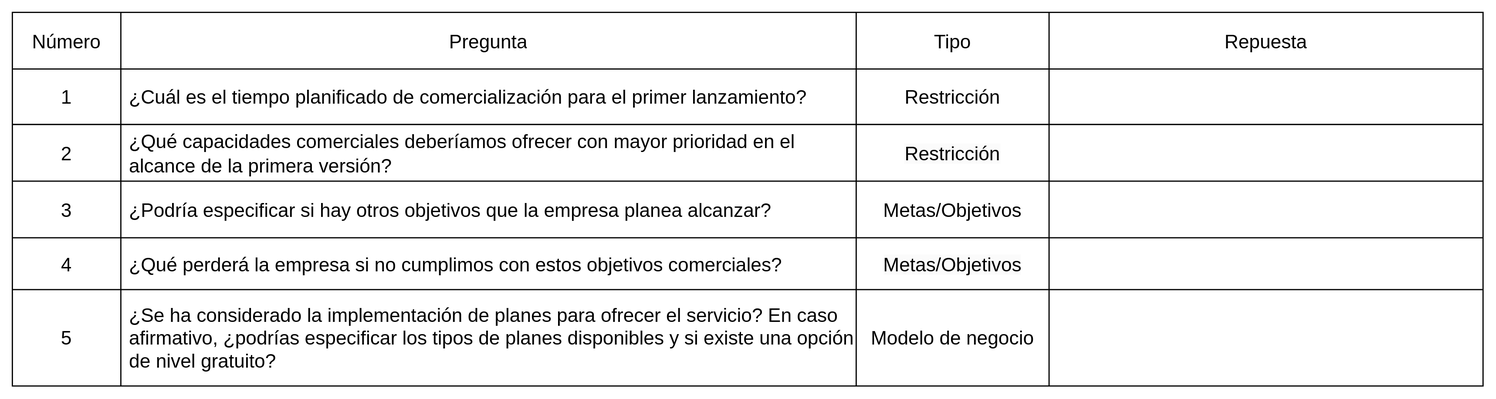
Above: katas/password-manager/context_questions.svg in herneygr11/architecture-katas (draw.io), before the change. Source tidied: cells renumbered, new cells last; positions are measured from the earlier drawing's top-left corner, leaving out a move shared by most shapes.
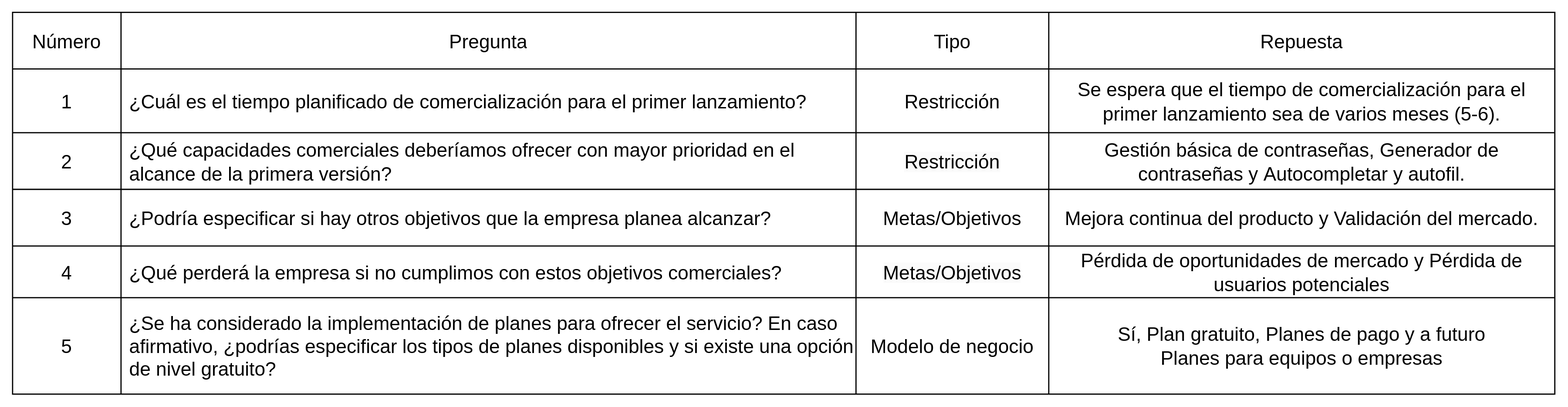
The same diagram one commit later.

Commit message:
Possible responses from product or business experts (context questions)

The edit, as a diff of the source:
```diff
@@ -3,10 +3,10 @@
     <mxCell id="0" />
     <mxCell id="1" parent="0" />
     <mxCell id="2" style="shape=table;startSize=0;fontSize=16;" parent="1" vertex="1">
-      <mxGeometry width="1220" height="310" as="geometry" />
+      <mxGeometry width="1280" height="317" as="geometry" />
     </mxCell>
     <mxCell id="3" style="shape=tableRow;horizontal=0;startSize=0;swimlaneHead=0;swimlaneBody=0;strokeColor=inherit;top=0;left=0;bottom=0;right=0;fillColor=none;fontSize=16;" parent="2" vertex="1">
-      <mxGeometry width="1220" height="47" as="geometry" />
+      <mxGeometry width="1280" height="47" as="geometry" />
     </mxCell>
     <mxCell id="4" value="Número" style="shape=partialRectangle;html=1;whiteSpace=wrap;strokeColor=inherit;overflow=hidden;fillColor=none;top=0;left=0;bottom=0;right=0;fontSize=16;" parent="3" vertex="1">
       <mxGeometry width="90" height="47" as="geometry" />
@@ -18,25 +18,25 @@
       <mxGeometry x="700" width="160" height="47" as="geometry" />
     </mxCell>
     <mxCell id="7" value="Repuesta" style="shape=partialRectangle;html=1;whiteSpace=wrap;strokeColor=inherit;overflow=hidden;fillColor=none;top=0;left=0;bottom=0;right=0;fontSize=16;" parent="3" vertex="1">
-      <mxGeometry x="860" width="360" height="47" as="geometry" />
+      <mxGeometry x="860" width="420" height="47" as="geometry" />
     </mxCell>
     <mxCell id="8" style="shape=tableRow;horizontal=0;startSize=0;swimlaneHead=0;swimlaneBody=0;strokeColor=inherit;top=0;left=0;bottom=0;right=0;fillColor=none;fontSize=16;" parent="2" vertex="1">
-      <mxGeometry y="47" width="1220" height="46" as="geometry" />
+      <mxGeometry y="47" width="1280" height="53" as="geometry" />
     </mxCell>
     <mxCell id="9" value="1" style="shape=partialRectangle;html=1;whiteSpace=wrap;strokeColor=inherit;overflow=hidden;fillColor=none;top=0;left=0;bottom=0;right=0;fontSize=16;" parent="8" vertex="1">
-      <mxGeometry width="90" height="46" as="geometry" />
+      <mxGeometry width="90" height="53" as="geometry" />
     </mxCell>
     <mxCell id="10" value="¿Cuál es el tiempo planificado de comercialización para el primer lanzamiento?" style="shape=partialRectangle;html=1;whiteSpace=wrap;strokeColor=inherit;overflow=hidden;fillColor=none;top=0;left=0;bottom=0;right=0;fontSize=16;align=left;spacingLeft=5;" parent="8" vertex="1">
-      <mxGeometry x="90" width="610" height="46" as="geometry" />
+      <mxGeometry x="90" width="610" height="53" as="geometry" />
     </mxCell>
     <mxCell id="11" value="Restricción" style="shape=partialRectangle;html=1;whiteSpace=wrap;strokeColor=inherit;overflow=hidden;fillColor=none;top=0;left=0;bottom=0;right=0;fontSize=16;" parent="8" vertex="1">
-      <mxGeometry x="700" width="160" height="46" as="geometry" />
+      <mxGeometry x="700" width="160" height="53" as="geometry" />
     </mxCell>
-    <mxCell id="12" style="shape=partialRectangle;html=1;whiteSpace=wrap;strokeColor=inherit;overflow=hidden;fillColor=none;top=0;left=0;bottom=0;right=0;fontSize=16;" parent="8" vertex="1">
-      <mxGeometry x="860" width="360" height="46" as="geometry" />
+    <mxCell id="12" value="Se espera que el tiempo de comercialización para el primer lanzamiento sea de varios meses (5-6)." style="shape=partialRectangle;html=1;whiteSpace=wrap;strokeColor=inherit;overflow=hidden;fillColor=none;top=0;left=0;bottom=0;right=0;fontSize=16;" parent="8" vertex="1">
+      <mxGeometry x="860" width="420" height="53" as="geometry" />
     </mxCell>
     <mxCell id="13" style="shape=tableRow;horizontal=0;startSize=0;swimlaneHead=0;swimlaneBody=0;strokeColor=inherit;top=0;left=0;bottom=0;right=0;fillColor=none;fontSize=16;" parent="2" vertex="1">
-      <mxGeometry y="93" width="1220" height="47" as="geometry" />
+      <mxGeometry y="100" width="1280" height="47" as="geometry" />
     </mxCell>
     <mxCell id="14" value="2" style="shape=partialRectangle;html=1;whiteSpace=wrap;strokeColor=inherit;overflow=hidden;fillColor=none;top=0;left=0;bottom=0;right=0;fontSize=16;" parent="13" vertex="1">
       <mxGeometry width="90" height="47" as="geometry" />
@@ -47,11 +47,11 @@
     <mxCell id="16" value="&lt;span style=&quot;color: rgb(0, 0, 0); font-family: Helvetica; font-size: 16px; font-style: normal; font-variant-ligatures: normal; font-variant-caps: normal; font-weight: 400; letter-spacing: normal; orphans: 2; text-align: center; text-indent: 0px; text-transform: none; widows: 2; word-spacing: 0px; -webkit-text-stroke-width: 0px; background-color: rgb(251, 251, 251); text-decoration-thickness: initial; text-decoration-style: initial; text-decoration-color: initial; float: none; display: inline !important;&quot;&gt;Restricción&lt;/span&gt;" style="shape=partialRectangle;html=1;whiteSpace=wrap;strokeColor=inherit;overflow=hidden;fillColor=none;top=0;left=0;bottom=0;right=0;fontSize=16;" parent="13" vertex="1">
       <mxGeometry x="700" width="160" height="47" as="geometry" />
     </mxCell>
-    <mxCell id="17" style="shape=partialRectangle;html=1;whiteSpace=wrap;strokeColor=inherit;overflow=hidden;fillColor=none;top=0;left=0;bottom=0;right=0;fontSize=16;" parent="13" vertex="1">
-      <mxGeometry x="860" width="360" height="47" as="geometry" />
+    <mxCell id="17" value="Gestión básica de contraseñas,&amp;nbsp;Generador de contraseñas y&amp;nbsp;Autocompletar y autofil." style="shape=partialRectangle;html=1;whiteSpace=wrap;strokeColor=inherit;overflow=hidden;fillColor=none;top=0;left=0;bottom=0;right=0;fontSize=16;" parent="13" vertex="1">
+      <mxGeometry x="860" width="420" height="47" as="geometry" />
     </mxCell>
     <mxCell id="18" style="shape=tableRow;horizontal=0;startSize=0;swimlaneHead=0;swimlaneBody=0;strokeColor=inherit;top=0;left=0;bottom=0;right=0;fillColor=none;fontSize=16;" parent="2" vertex="1">
-      <mxGeometry y="140" width="1220" height="47" as="geometry" />
+      <mxGeometry y="147" width="1280" height="47" as="geometry" />
     </mxCell>
     <mxCell id="19" value="3" style="shape=partialRectangle;html=1;whiteSpace=wrap;strokeColor=inherit;overflow=hidden;fillColor=none;top=0;left=0;bottom=0;right=0;fontSize=16;" parent="18" vertex="1">
       <mxGeometry width="90" height="47" as="geometry" />
@@ -62,11 +62,11 @@
     <mxCell id="21" value="Metas/Objetivos" style="shape=partialRectangle;html=1;whiteSpace=wrap;strokeColor=inherit;overflow=hidden;fillColor=none;top=0;left=0;bottom=0;right=0;fontSize=16;" parent="18" vertex="1">
       <mxGeometry x="700" width="160" height="47" as="geometry" />
     </mxCell>
-    <mxCell id="22" style="shape=partialRectangle;html=1;whiteSpace=wrap;strokeColor=inherit;overflow=hidden;fillColor=none;top=0;left=0;bottom=0;right=0;fontSize=16;" parent="18" vertex="1">
-      <mxGeometry x="860" width="360" height="47" as="geometry" />
+    <mxCell id="22" value="Mejora continua del producto y Validación del mercado." style="shape=partialRectangle;html=1;whiteSpace=wrap;strokeColor=inherit;overflow=hidden;fillColor=none;top=0;left=0;bottom=0;right=0;fontSize=16;" parent="18" vertex="1">
+      <mxGeometry x="860" width="420" height="47" as="geometry" />
     </mxCell>
     <mxCell id="23" style="shape=tableRow;horizontal=0;startSize=0;swimlaneHead=0;swimlaneBody=0;strokeColor=inherit;top=0;left=0;bottom=0;right=0;fillColor=none;fontSize=16;" parent="2" vertex="1">
-      <mxGeometry y="187" width="1220" height="43" as="geometry" />
+      <mxGeometry y="194" width="1280" height="43" as="geometry" />
     </mxCell>
     <mxCell id="24" value="4" style="shape=partialRectangle;html=1;whiteSpace=wrap;strokeColor=inherit;overflow=hidden;fillColor=none;top=0;left=0;bottom=0;right=0;fontSize=16;" parent="23" vertex="1">
       <mxGeometry width="90" height="43" as="geometry" />
@@ -77,11 +77,11 @@
     <mxCell id="26" value="&lt;span style=&quot;color: rgb(0, 0, 0); font-family: Helvetica; font-size: 16px; font-style: normal; font-variant-ligatures: normal; font-variant-caps: normal; font-weight: 400; letter-spacing: normal; orphans: 2; text-align: center; text-indent: 0px; text-transform: none; widows: 2; word-spacing: 0px; -webkit-text-stroke-width: 0px; background-color: rgb(251, 251, 251); text-decoration-thickness: initial; text-decoration-style: initial; text-decoration-color: initial; float: none; display: inline !important;&quot;&gt;Metas/Objetivos&lt;/span&gt;" style="shape=partialRectangle;html=1;whiteSpace=wrap;strokeColor=inherit;overflow=hidden;fillColor=none;top=0;left=0;bottom=0;right=0;fontSize=16;" parent="23" vertex="1">
       <mxGeometry x="700" width="160" height="43" as="geometry" />
     </mxCell>
-    <mxCell id="27" style="shape=partialRectangle;html=1;whiteSpace=wrap;strokeColor=inherit;overflow=hidden;fillColor=none;top=0;left=0;bottom=0;right=0;fontSize=16;" parent="23" vertex="1">
-      <mxGeometry x="860" width="360" height="43" as="geometry" />
+    <mxCell id="27" value="Pérdida de oportunidades de mercado y&amp;nbsp;Pérdida de usuarios potenciales" style="shape=partialRectangle;html=1;whiteSpace=wrap;strokeColor=inherit;overflow=hidden;fillColor=none;top=0;left=0;bottom=0;right=0;fontSize=16;" parent="23" vertex="1">
+      <mxGeometry x="860" width="420" height="43" as="geometry" />
     </mxCell>
     <mxCell id="28" style="shape=tableRow;horizontal=0;startSize=0;swimlaneHead=0;swimlaneBody=0;strokeColor=inherit;top=0;left=0;bottom=0;right=0;fillColor=none;fontSize=16;" parent="2" vertex="1">
-      <mxGeometry y="230" width="1220" height="80" as="geometry" />
+      <mxGeometry y="237" width="1280" height="80" as="geometry" />
     </mxCell>
     <mxCell id="29" value="5" style="shape=partialRectangle;html=1;whiteSpace=wrap;strokeColor=inherit;overflow=hidden;fillColor=none;top=0;left=0;bottom=0;right=0;fontSize=16;" parent="28" vertex="1">
       <mxGeometry width="90" height="80" as="geometry" />
@@ -92,8 +92,8 @@
     <mxCell id="31" value="Modelo de negocio" style="shape=partialRectangle;html=1;whiteSpace=wrap;strokeColor=inherit;overflow=hidden;fillColor=none;top=0;left=0;bottom=0;right=0;fontSize=16;" parent="28" vertex="1">
       <mxGeometry x="700" width="160" height="80" as="geometry" />
     </mxCell>
-    <mxCell id="32" style="shape=partialRectangle;html=1;whiteSpace=wrap;strokeColor=inherit;overflow=hidden;fillColor=none;top=0;left=0;bottom=0;right=0;fontSize=16;" parent="28" vertex="1">
-      <mxGeometry x="860" width="360" height="80" as="geometry" />
+    <mxCell id="32" value="Sí,&amp;nbsp;Plan gratuito,&amp;nbsp;Planes de pago y a futuro&lt;br&gt;Planes para equipos o empresas" style="shape=partialRectangle;html=1;whiteSpace=wrap;strokeColor=inherit;overflow=hidden;fillColor=none;top=0;left=0;bottom=0;right=0;fontSize=16;" parent="28" vertex="1">
+      <mxGeometry x="860" width="420" height="80" as="geometry" />
     </mxCell>
   </root>
 </mxGraphModel>
```
